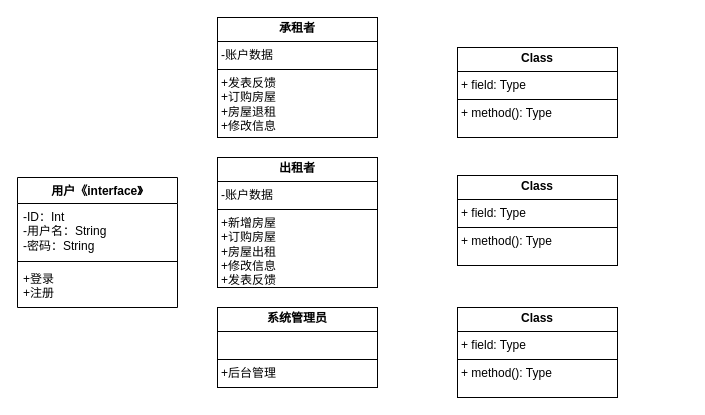
The draw.io diagram 房屋租赁系统类图.drawio in tangugu123/tangugu123.github.io, before the edit. Source tidied: cells renumbered, new cells numbered last; positions are measured from the earlier drawing's top-left corner, leaving out a move shared by most shapes. Both pictures are drawn from the tidied source at 100%, with x=0, y=0 at pixel (17, 17).
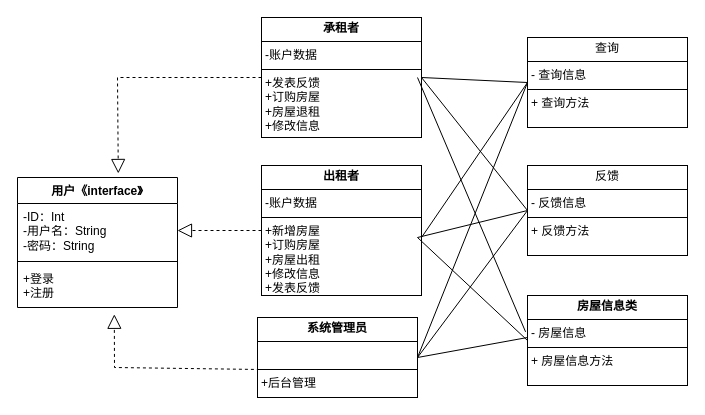
Above is the later version.

Commit message (it also covers changes not shown here):
更新房屋租赁系统类图.drawio

Unchanged cells that the change refers to:
```xml
<mxCell id="2" value="用户《interface》" style="swimlane;fontStyle=1;align=center;verticalAlign=top;horizontal=1;startSize=26;whiteSpace=wrap;html=1;" parent="1" vertex="1">
  <mxGeometry y="160" width="160" height="130" as="geometry" />
</mxCell>
<mxCell id="3" value="-ID：Int&lt;div&gt;-用户名：String&lt;/div&gt;&lt;div&gt;-密码：String&lt;/div&gt;" style="text;strokeColor=none;fillColor=none;align=left;verticalAlign=top;spacingLeft=4;spacingRight=4;overflow=hidden;points=[[0,0.5],[1,0.5]];portConstraint=eastwest;whiteSpace=wrap;html=1;" parent="2" vertex="1">
  <mxGeometry y="26" width="160" height="54" as="geometry" />
</mxCell>
<mxCell id="5" value="+登录&lt;div&gt;+注册&lt;/div&gt;" style="text;strokeColor=none;fillColor=none;align=left;verticalAlign=top;spacingLeft=4;spacingRight=4;overflow=hidden;points=[[0,0.5],[1,0.5]];portConstraint=eastwest;whiteSpace=wrap;html=1;" parent="2" vertex="1">
  <mxGeometry y="88" width="160" height="42" as="geometry" />
</mxCell>
```

What changed in the source:
```diff
@@
     <mxCell id="6" value="&lt;p style=&quot;margin:0px;margin-top:4px;text-align:center;&quot;&gt;&lt;b&gt;出租者&lt;/b&gt;&lt;/p&gt;&lt;hr size=&quot;1&quot; style=&quot;border-style:solid;&quot;&gt;&lt;p style=&quot;margin:0px;margin-left:4px;&quot;&gt;-账户数据&lt;/p&gt;&lt;hr size=&quot;1&quot; style=&quot;border-style:solid;&quot;&gt;&lt;p style=&quot;margin:0px;margin-left:4px;&quot;&gt;+新增房屋&lt;/p&gt;&lt;p style=&quot;margin:0px;margin-left:4px;&quot;&gt;+订购房屋&lt;/p&gt;&lt;p style=&quot;margin:0px;margin-left:4px;&quot;&gt;+房屋出租&lt;/p&gt;&lt;p style=&quot;margin:0px;margin-left:4px;&quot;&gt;+修改信息&lt;/p&gt;&lt;p style=&quot;margin:0px;margin-left:4px;&quot;&gt;+发表反馈&lt;/p&gt;" style="verticalAlign=top;align=left;overflow=fill;html=1;whiteSpace=wrap;" parent="1" vertex="1">
-      <mxGeometry x="200" y="140" width="160" height="130" as="geometry" />
+      <mxGeometry x="244" y="148" width="160" height="130" as="geometry" />
     </mxCell>
     <mxCell id="7" value="&lt;p style=&quot;margin:0px;margin-top:4px;text-align:center;&quot;&gt;&lt;b&gt;系统管理员&lt;/b&gt;&lt;/p&gt;&lt;hr size=&quot;1&quot; style=&quot;border-style:solid;&quot;&gt;&lt;p style=&quot;margin:0px;margin-left:4px;&quot;&gt;&lt;br&gt;&lt;/p&gt;&lt;hr size=&quot;1&quot; style=&quot;border-style:solid;&quot;&gt;&lt;p style=&quot;margin:0px;margin-left:4px;&quot;&gt;+后台管理&lt;/p&gt;" style="verticalAlign=top;align=left;overflow=fill;html=1;whiteSpace=wrap;" parent="1" vertex="1">
-      <mxGeometry x="200" y="290" width="160" height="80" as="geometry" />
+      <mxGeometry x="240" y="300" width="160" height="80" as="geometry" />
     </mxCell>
     <mxCell id="8" value="&lt;p style=&quot;margin:0px;margin-top:4px;text-align:center;&quot;&gt;&lt;b&gt;承租者&lt;/b&gt;&lt;/p&gt;&lt;hr size=&quot;1&quot; style=&quot;border-style:solid;&quot;&gt;&lt;p style=&quot;margin:0px;margin-left:4px;&quot;&gt;-账户数据&lt;/p&gt;&lt;hr size=&quot;1&quot; style=&quot;border-style:solid;&quot;&gt;&lt;p style=&quot;margin:0px;margin-left:4px;&quot;&gt;+发表反馈&lt;/p&gt;&lt;p style=&quot;margin:0px;margin-left:4px;&quot;&gt;+订购房屋&lt;/p&gt;&lt;p style=&quot;margin:0px;margin-left:4px;&quot;&gt;+房屋退租&lt;/p&gt;&lt;p style=&quot;margin:0px;margin-left:4px;&quot;&gt;+修改信息&lt;/p&gt;&lt;p style=&quot;margin:0px;margin-left:4px;&quot;&gt;&lt;br&gt;&lt;/p&gt;&lt;p style=&quot;margin:0px;margin-left:4px;&quot;&gt;&lt;br&gt;&lt;/p&gt;" style="verticalAlign=top;align=left;overflow=fill;html=1;whiteSpace=wrap;" parent="1" vertex="1">
-      <mxGeometry x="200" width="160" height="120" as="geometry" />
+      <mxGeometry x="244" width="160" height="120" as="geometry" />
     </mxCell>
-    <mxCell id="9" value="&lt;p style=&quot;margin:0px;margin-top:4px;text-align:center;&quot;&gt;&lt;b&gt;Class&lt;/b&gt;&lt;/p&gt;&lt;hr size=&quot;1&quot; style=&quot;border-style:solid;&quot;/&gt;&lt;p style=&quot;margin:0px;margin-left:4px;&quot;&gt;+ field: Type&lt;/p&gt;&lt;hr size=&quot;1&quot; style=&quot;border-style:solid;&quot;/&gt;&lt;p style=&quot;margin:0px;margin-left:4px;&quot;&gt;+ method(): Type&lt;/p&gt;" style="verticalAlign=top;align=left;overflow=fill;html=1;whiteSpace=wrap;" parent="1" vertex="1">
-      <mxGeometry x="440" y="30" width="160" height="90" as="geometry" />
+    <mxCell id="9" value="&lt;p style=&quot;margin:0px;margin-top:4px;text-align:center;&quot;&gt;查询&lt;/p&gt;&lt;hr size=&quot;1&quot; style=&quot;border-style:solid;&quot;&gt;&lt;p style=&quot;margin:0px;margin-left:4px;&quot;&gt;- 查询信息&lt;/p&gt;&lt;hr size=&quot;1&quot; style=&quot;border-style:solid;&quot;&gt;&lt;p style=&quot;margin:0px;margin-left:4px;&quot;&gt;+ 查询方法&lt;/p&gt;" style="verticalAlign=top;align=left;overflow=fill;html=1;whiteSpace=wrap;" parent="1" vertex="1">
+      <mxGeometry x="510" y="20" width="160" height="90" as="geometry" />
     </mxCell>
-    <mxCell id="10" value="&lt;p style=&quot;margin:0px;margin-top:4px;text-align:center;&quot;&gt;&lt;b&gt;Class&lt;/b&gt;&lt;/p&gt;&lt;hr size=&quot;1&quot; style=&quot;border-style:solid;&quot;/&gt;&lt;p style=&quot;margin:0px;margin-left:4px;&quot;&gt;+ field: Type&lt;/p&gt;&lt;hr size=&quot;1&quot; style=&quot;border-style:solid;&quot;/&gt;&lt;p style=&quot;margin:0px;margin-left:4px;&quot;&gt;+ method(): Type&lt;/p&gt;" style="verticalAlign=top;align=left;overflow=fill;html=1;whiteSpace=wrap;" parent="1" vertex="1">
-      <mxGeometry x="440" y="158" width="160" height="90" as="geometry" />
+    <mxCell id="10" value="&lt;p style=&quot;margin:0px;margin-top:4px;text-align:center;&quot;&gt;反馈&lt;/p&gt;&lt;hr size=&quot;1&quot; style=&quot;border-style:solid;&quot;&gt;&lt;p style=&quot;margin:0px;margin-left:4px;&quot;&gt;- 反馈信息&lt;/p&gt;&lt;hr size=&quot;1&quot; style=&quot;border-style:solid;&quot;&gt;&lt;p style=&quot;margin:0px;margin-left:4px;&quot;&gt;+ 反馈方法&lt;/p&gt;" style="verticalAlign=top;align=left;overflow=fill;html=1;whiteSpace=wrap;" parent="1" vertex="1">
+      <mxGeometry x="510" y="148" width="160" height="90" as="geometry" />
     </mxCell>
-    <mxCell id="11" value="&lt;p style=&quot;margin:0px;margin-top:4px;text-align:center;&quot;&gt;&lt;b&gt;Class&lt;/b&gt;&lt;/p&gt;&lt;hr size=&quot;1&quot; style=&quot;border-style:solid;&quot;/&gt;&lt;p style=&quot;margin:0px;margin-left:4px;&quot;&gt;+ field: Type&lt;/p&gt;&lt;hr size=&quot;1&quot; style=&quot;border-style:solid;&quot;/&gt;&lt;p style=&quot;margin:0px;margin-left:4px;&quot;&gt;+ method(): Type&lt;/p&gt;" style="verticalAlign=top;align=left;overflow=fill;html=1;whiteSpace=wrap;" parent="1" vertex="1">
-      <mxGeometry x="440" y="290" width="160" height="90" as="geometry" />
+    <mxCell id="11" value="&lt;p style=&quot;margin:0px;margin-top:4px;text-align:center;&quot;&gt;&lt;b&gt;房屋信息类&lt;/b&gt;&lt;/p&gt;&lt;hr size=&quot;1&quot; style=&quot;border-style:solid;&quot;&gt;&lt;p style=&quot;margin:0px;margin-left:4px;&quot;&gt;- 房屋信息&lt;/p&gt;&lt;hr size=&quot;1&quot; style=&quot;border-style:solid;&quot;&gt;&lt;p style=&quot;margin:0px;margin-left:4px;&quot;&gt;+ 房屋信息方法&lt;/p&gt;" style="verticalAlign=top;align=left;overflow=fill;html=1;whiteSpace=wrap;" parent="1" vertex="1">
+      <mxGeometry x="510" y="278" width="160" height="90" as="geometry" />
     </mxCell>
+    <mxCell id="12" style="endArrow=block;dashed=1;endFill=0;endSize=12;html=1;rounded=0;entryX=1;entryY=0.5;entryDx=0;entryDy=0;exitX=0;exitY=0.5;exitDx=0;exitDy=0;" parent="1" edge="1" source="6" target="3">
+      <mxGeometry relative="1" as="geometry" />
+    </mxCell>
+    <mxCell id="13" style="endArrow=block;dashed=1;endFill=0;endSize=12;html=1;rounded=0;entryX=0.605;entryY=1.162;entryDx=0;entryDy=0;entryPerimeter=0;exitX=0.015;exitY=0.65;exitDx=0;exitDy=0;exitPerimeter=0;" parent="1" edge="1" source="7" target="5">
+      <mxGeometry relative="1" as="geometry">
+        <Array as="points">
+          <mxPoint x="97" y="350" />
+        </Array>
+      </mxGeometry>
+    </mxCell>
+    <mxCell id="14" style="endArrow=block;dashed=1;endFill=0;endSize=12;html=1;rounded=0;exitX=0;exitY=0.5;exitDx=0;exitDy=0;entryX=0.63;entryY=-0.031;entryDx=0;entryDy=0;entryPerimeter=0;" parent="1" edge="1" source="8" target="2">
+      <mxGeometry relative="1" as="geometry">
+        <Array as="points">
+          <mxPoint x="100" y="60" />
+        </Array>
+      </mxGeometry>
+    </mxCell>
+    <mxCell id="15" style="endArrow=none;html=1;rounded=0;entryX=0;entryY=0.5;entryDx=0;entryDy=0;exitX=1;exitY=0.5;exitDx=0;exitDy=0;" parent="1" edge="1" source="8" target="9">
+      <mxGeometry relative="1" as="geometry" />
+    </mxCell>
+    <mxCell id="16" style="endArrow=none;html=1;rounded=0;entryX=0;entryY=0.5;entryDx=0;entryDy=0;exitX=1;exitY=0.5;exitDx=0;exitDy=0;" parent="1" edge="1" source="8" target="10">
+      <mxGeometry relative="1" as="geometry" />
+    </mxCell>
+    <mxCell id="17" style="endArrow=none;html=1;rounded=0;entryX=0;entryY=0.5;entryDx=0;entryDy=0;" parent="1" edge="1" target="9">
+      <mxGeometry relative="1" as="geometry">
+        <mxPoint x="404" y="220" as="sourcePoint" />
+      </mxGeometry>
+    </mxCell>
+    <mxCell id="18" style="endArrow=none;html=1;rounded=0;entryX=0;entryY=0.5;entryDx=0;entryDy=0;" parent="1" edge="1" target="10">
+      <mxGeometry relative="1" as="geometry">
+        <mxPoint x="400" y="220" as="sourcePoint" />
+      </mxGeometry>
+    </mxCell>
+    <mxCell id="19" style="endArrow=none;html=1;rounded=0;entryX=-0.012;entryY=0.404;entryDx=0;entryDy=0;entryPerimeter=0;" parent="1" edge="1" target="11">
+      <mxGeometry relative="1" as="geometry">
+        <mxPoint x="400" y="60" as="sourcePoint" />
+      </mxGeometry>
+    </mxCell>
+    <mxCell id="20" style="endArrow=none;html=1;rounded=0;entryX=0;entryY=0.5;entryDx=0;entryDy=0;" parent="1" edge="1" target="11">
+      <mxGeometry relative="1" as="geometry">
+        <mxPoint x="400" y="220" as="sourcePoint" />
+      </mxGeometry>
+    </mxCell>
+    <mxCell id="21" style="endArrow=none;html=1;rounded=0;entryX=0;entryY=0.5;entryDx=0;entryDy=0;exitX=1;exitY=0.5;exitDx=0;exitDy=0;" parent="1" edge="1" source="7" target="9">
+      <mxGeometry relative="1" as="geometry" />
+    </mxCell>
+    <mxCell id="22" style="endArrow=none;html=1;rounded=0;entryX=0;entryY=0.5;entryDx=0;entryDy=0;exitX=1;exitY=0.5;exitDx=0;exitDy=0;" parent="1" edge="1" source="7" target="10">
+      <mxGeometry relative="1" as="geometry" />
+    </mxCell>
+    <mxCell id="23" style="endArrow=none;html=1;rounded=0;exitX=1;exitY=0.5;exitDx=0;exitDy=0;" parent="1" edge="1" source="7">
+      <mxGeometry relative="1" as="geometry">
+        <mxPoint x="510" y="320" as="targetPoint" />
+      </mxGeometry>
+    </mxCell>
```
